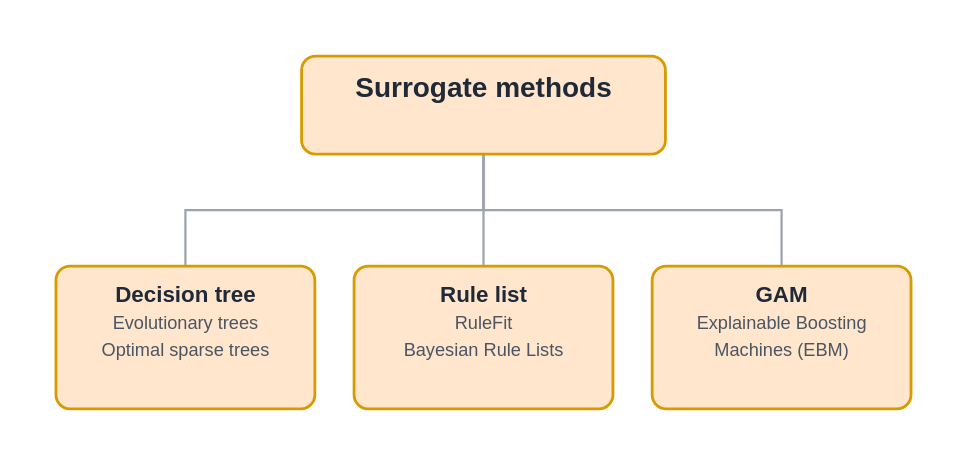
Earlier version of the draw.io export posts/explaining-black-box-predictions/diagrams/taxonomy_surrogates.drawio.svg (DMLF1/blog). Source tidied: cells renumbered, new cells last; positions are measured from the earlier drawing's top-left corner, leaving out a move shared by most shapes. The source it was exported from:
```xml
<mxGraphModel>
  <root>
    <mxCell id="0" />
    <mxCell id="1" parent="0" />
    <mxCell id="2" value="&lt;span style=&quot;font-size:20px;color:#1F2937;font-weight:bold;&quot;&gt;Surrogate methods&lt;/span&gt;" style="rounded=1;whiteSpace=wrap;html=1;fillColor=#FFE6CC;strokeColor=#D79B00;strokeWidth=2;" parent="1" vertex="1">
      <mxGeometry x="176" width="260" height="70" as="geometry" />
    </mxCell>
    <mxCell id="3" value="&lt;span style=&quot;font-size:16px;color:#1F2937;font-weight:bold;&quot;&gt;Decision tree&lt;/span&gt;&lt;br&gt;&lt;span style=&quot;font-size:13px;color:#4B5563;&quot;&gt;Evolutionary trees&lt;/span&gt;&lt;br&gt;&lt;span style=&quot;font-size:13px;color:#4B5563;&quot;&gt;Optimal sparse trees&lt;/span&gt;" style="rounded=1;whiteSpace=wrap;html=1;fillColor=#FFE6CC;strokeColor=#D79B00;strokeWidth=2;" parent="1" vertex="1">
      <mxGeometry y="150" width="185" height="102" as="geometry" />
    </mxCell>
    <mxCell id="4" value="&lt;span style=&quot;font-size:16px;color:#1F2937;font-weight:bold;&quot;&gt;Rule list&lt;/span&gt;&lt;br&gt;&lt;span style=&quot;font-size:13px;color:#4B5563;&quot;&gt;RuleFit&lt;/span&gt;&lt;br&gt;&lt;span style=&quot;font-size:13px;color:#4B5563;&quot;&gt;Bayesian Rule Lists&lt;/span&gt;" style="rounded=1;whiteSpace=wrap;html=1;fillColor=#FFE6CC;strokeColor=#D79B00;strokeWidth=2;" parent="1" vertex="1">
      <mxGeometry x="213" y="150" width="185" height="102" as="geometry" />
    </mxCell>
    <mxCell id="5" value="&lt;span style=&quot;font-size:16px;color:#1F2937;font-weight:bold;&quot;&gt;GAM&lt;/span&gt;&lt;br&gt;&lt;span style=&quot;font-size:13px;color:#4B5563;&quot;&gt;Explainable Boosting&lt;/span&gt;&lt;br&gt;&lt;span style=&quot;font-size:13px;color:#4B5563;&quot;&gt;Machines (EBM)&lt;/span&gt;" style="rounded=1;whiteSpace=wrap;html=1;fillColor=#FFE6CC;strokeColor=#D79B00;strokeWidth=2;" parent="1" vertex="1">
      <mxGeometry x="426" y="150" width="185" height="102" as="geometry" />
    </mxCell>
    <mxCell id="6" style="edgeStyle=orthogonalEdgeStyle;rounded=0;html=1;strokeColor=#9CA3AF;" parent="1" edge="1" source="2" target="3">
      <mxGeometry relative="1" as="geometry" />
    </mxCell>
    <mxCell id="7" style="edgeStyle=orthogonalEdgeStyle;rounded=0;html=1;strokeColor=#9CA3AF;" parent="1" edge="1" source="2" target="4">
      <mxGeometry relative="1" as="geometry" />
    </mxCell>
    <mxCell id="8" style="edgeStyle=orthogonalEdgeStyle;rounded=0;html=1;strokeColor=#9CA3AF;" parent="1" edge="1" source="2" target="5">
      <mxGeometry relative="1" as="geometry" />
    </mxCell>
  </root>
</mxGraphModel>
```
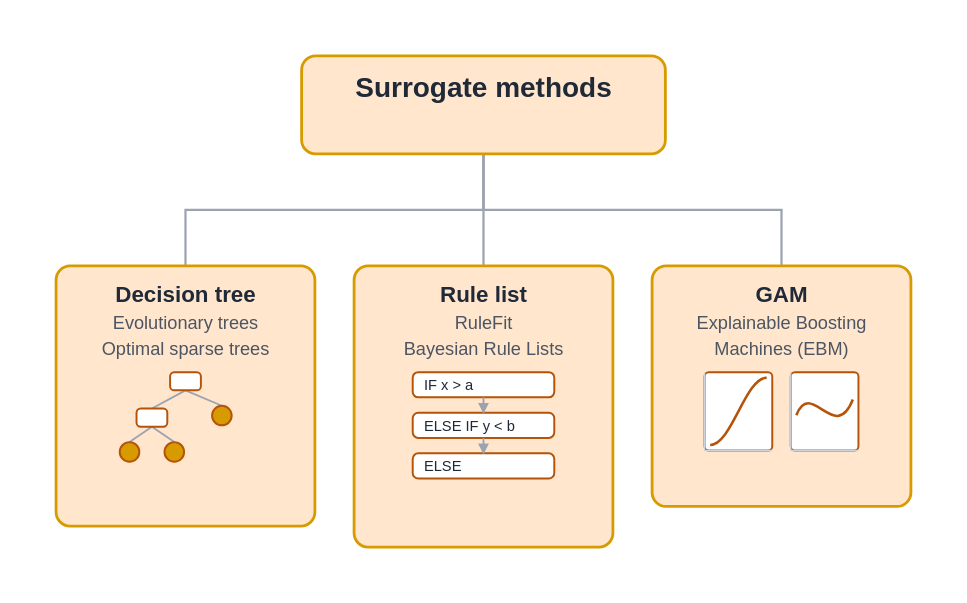
Later version of the same file.

Commit message:
Add mini illustrations for decision tree, rule list, and GAM

Diff of the diagram source:
```diff
@@ -6,14 +6,82 @@
       <mxGeometry x="176" width="260" height="70" as="geometry" />
     </mxCell>
     <mxCell id="3" value="&lt;span style=&quot;font-size:16px;color:#1F2937;font-weight:bold;&quot;&gt;Decision tree&lt;/span&gt;&lt;br&gt;&lt;span style=&quot;font-size:13px;color:#4B5563;&quot;&gt;Evolutionary trees&lt;/span&gt;&lt;br&gt;&lt;span style=&quot;font-size:13px;color:#4B5563;&quot;&gt;Optimal sparse trees&lt;/span&gt;" style="rounded=1;whiteSpace=wrap;html=1;fillColor=#FFE6CC;strokeColor=#D79B00;strokeWidth=2;" parent="1" vertex="1">
-      <mxGeometry y="150" width="185" height="102" as="geometry" />
+      <mxGeometry y="150" width="185" height="186" as="geometry" />
     </mxCell>
+    <mxCell id="9" style="rounded=1;whiteSpace=wrap;html=1;fillColor=#FFFFFF;strokeColor=#B45309;" parent="1" vertex="1">
+      <mxGeometry x="82" y="226" width="22" height="13" as="geometry" />
+    </mxCell>
+    <mxCell id="10" style="rounded=1;whiteSpace=wrap;html=1;fillColor=#FFFFFF;strokeColor=#B45309;" parent="1" vertex="1">
+      <mxGeometry x="58" y="252" width="22" height="13" as="geometry" />
+    </mxCell>
+    <mxCell id="11" style="ellipse;whiteSpace=wrap;html=1;fillColor=#D79B00;strokeColor=#B45309;" parent="1" vertex="1">
+      <mxGeometry x="112" y="250" width="14" height="14" as="geometry" />
+    </mxCell>
+    <mxCell id="12" style="ellipse;whiteSpace=wrap;html=1;fillColor=#D79B00;strokeColor=#B45309;" parent="1" vertex="1">
+      <mxGeometry x="46" y="276" width="14" height="14" as="geometry" />
+    </mxCell>
+    <mxCell id="13" style="ellipse;whiteSpace=wrap;html=1;fillColor=#D79B00;strokeColor=#B45309;" parent="1" vertex="1">
+      <mxGeometry x="78" y="276" width="14" height="14" as="geometry" />
+    </mxCell>
+    <mxCell id="14" style="edgeStyle=none;html=1;endArrow=none;strokeColor=#9CA3AF;" parent="1" edge="1" source="9" target="10">
+      <mxGeometry relative="1" as="geometry" />
+    </mxCell>
+    <mxCell id="15" style="edgeStyle=none;html=1;endArrow=none;strokeColor=#9CA3AF;" parent="1" edge="1" source="9" target="11">
+      <mxGeometry relative="1" as="geometry" />
+    </mxCell>
+    <mxCell id="16" style="edgeStyle=none;html=1;endArrow=none;strokeColor=#9CA3AF;" parent="1" edge="1" source="10" target="12">
+      <mxGeometry relative="1" as="geometry" />
+    </mxCell>
+    <mxCell id="17" style="edgeStyle=none;html=1;endArrow=none;strokeColor=#9CA3AF;" parent="1" edge="1" source="10" target="13">
+      <mxGeometry relative="1" as="geometry" />
+    </mxCell>
     <mxCell id="4" value="&lt;span style=&quot;font-size:16px;color:#1F2937;font-weight:bold;&quot;&gt;Rule list&lt;/span&gt;&lt;br&gt;&lt;span style=&quot;font-size:13px;color:#4B5563;&quot;&gt;RuleFit&lt;/span&gt;&lt;br&gt;&lt;span style=&quot;font-size:13px;color:#4B5563;&quot;&gt;Bayesian Rule Lists&lt;/span&gt;" style="rounded=1;whiteSpace=wrap;html=1;fillColor=#FFE6CC;strokeColor=#D79B00;strokeWidth=2;" parent="1" vertex="1">
-      <mxGeometry x="213" y="150" width="185" height="102" as="geometry" />
+      <mxGeometry x="213" y="150" width="185" height="201" as="geometry" />
     </mxCell>
+    <mxCell id="18" value="IF  x &gt; a" style="rounded=1;whiteSpace=wrap;html=1;align=left;spacingLeft=6;fontSize=11;fillColor=#FFFFFF;strokeColor=#B45309;" parent="1" vertex="1">
+      <mxGeometry x="255" y="226" width="101" height="18" as="geometry" />
+    </mxCell>
+    <mxCell id="19" value="ELSE IF  y &lt; b" style="rounded=1;whiteSpace=wrap;html=1;align=left;spacingLeft=6;fontSize=11;fillColor=#FFFFFF;strokeColor=#B45309;" parent="1" vertex="1">
+      <mxGeometry x="255" y="255" width="101" height="18" as="geometry" />
+    </mxCell>
+    <mxCell id="20" style="edgeStyle=none;html=1;endArrow=block;endSize=5;strokeColor=#9CA3AF;" parent="1" edge="1" source="18" target="19">
+      <mxGeometry relative="1" as="geometry" />
+    </mxCell>
+    <mxCell id="21" value="ELSE" style="rounded=1;whiteSpace=wrap;html=1;align=left;spacingLeft=6;fontSize=11;fillColor=#FFFFFF;strokeColor=#B45309;" parent="1" vertex="1">
+      <mxGeometry x="255" y="284" width="101" height="18" as="geometry" />
+    </mxCell>
+    <mxCell id="22" style="edgeStyle=none;html=1;endArrow=block;endSize=5;strokeColor=#9CA3AF;" parent="1" edge="1" source="19" target="21">
+      <mxGeometry relative="1" as="geometry" />
+    </mxCell>
     <mxCell id="5" value="&lt;span style=&quot;font-size:16px;color:#1F2937;font-weight:bold;&quot;&gt;GAM&lt;/span&gt;&lt;br&gt;&lt;span style=&quot;font-size:13px;color:#4B5563;&quot;&gt;Explainable Boosting&lt;/span&gt;&lt;br&gt;&lt;span style=&quot;font-size:13px;color:#4B5563;&quot;&gt;Machines (EBM)&lt;/span&gt;" style="rounded=1;whiteSpace=wrap;html=1;fillColor=#FFE6CC;strokeColor=#D79B00;strokeWidth=2;" parent="1" vertex="1">
-      <mxGeometry x="426" y="150" width="185" height="102" as="geometry" />
+      <mxGeometry x="426" y="150" width="185" height="172" as="geometry" />
     </mxCell>
+    <mxCell id="23" style="rounded=1;whiteSpace=wrap;html=1;fillColor=#FFFFFF;strokeColor=#B45309;" parent="1" vertex="1">
+      <mxGeometry x="464" y="226" width="48" height="56" as="geometry" />
+    </mxCell>
+    <mxCell id="24" style="rounded=1;whiteSpace=wrap;html=1;fillColor=#FFFFFF;strokeColor=#B45309;" parent="1" vertex="1">
+      <mxGeometry x="525" y="226" width="48" height="56" as="geometry" />
+    </mxCell>
+    <mxCell id="25" style="edgeStyle=none;html=1;curved=1;endArrow=none;strokeColor=#B45309;strokeWidth=2;" parent="1" edge="1">
+      <mxGeometry relative="1" as="geometry">
+        <mxPoint x="468" y="278" as="sourcePoint" />
+        <mxPoint x="508" y="230" as="targetPoint" />
+        <Array as="points">
+          <mxPoint x="483" y="278" />
+          <mxPoint x="493" y="230" />
+        </Array>
+      </mxGeometry>
+    </mxCell>
+    <mxCell id="26" style="edgeStyle=none;html=1;curved=1;endArrow=none;strokeColor=#B45309;strokeWidth=2;" parent="1" edge="1">
+      <mxGeometry relative="1" as="geometry">
+        <mxPoint x="529" y="257" as="sourcePoint" />
+        <mxPoint x="570" y="246" as="targetPoint" />
+        <Array as="points">
+          <mxPoint x="540" y="230" />
+          <mxPoint x="557" y="278" />
+        </Array>
+      </mxGeometry>
+    </mxCell>
     <mxCell id="6" style="edgeStyle=orthogonalEdgeStyle;rounded=0;html=1;strokeColor=#9CA3AF;" parent="1" edge="1" source="2" target="3">
       <mxGeometry relative="1" as="geometry" />
     </mxCell>
```
